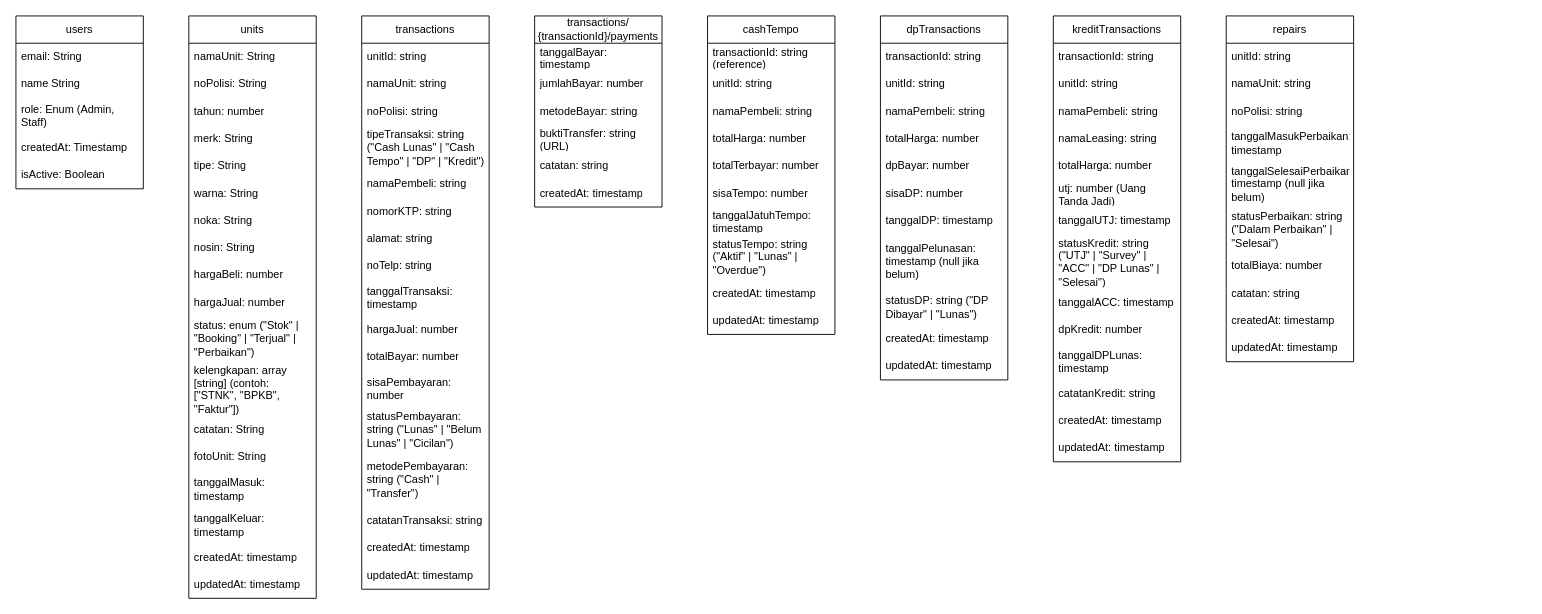
Earlier version of the draw.io diagram bintangmobilsidoarjo.drawio (Wahdaapf/All-About-DrawIo). Source tidied: cells renumbered, new cells numbered last; positions are measured from the earlier drawing's top-left corner, leaving out a move shared by most shapes. Both pictures are drawn from the tidied source at 91%, with x=0, y=0 at pixel (15, 15).
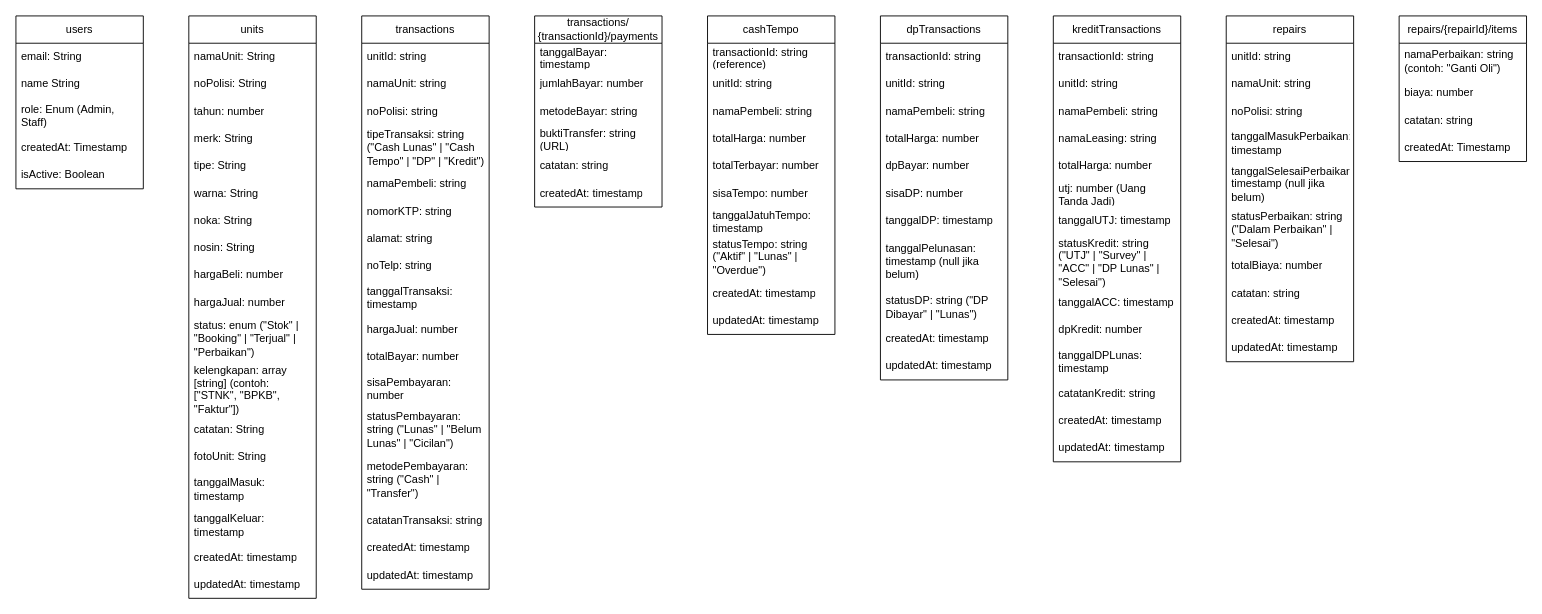
The same page after the edit.

The edit, as a diff of the source:
```diff
@@
+    <mxCell id="101" value="repairs/{repairId}/items" style="swimlane;fontStyle=0;horizontal=1;startSize=30;whiteSpace=wrap;html=1;" parent="1" vertex="1">
+      <mxGeometry x="1520" width="140" height="160" as="geometry" />
+    </mxCell>
+    <mxCell id="102" value="namaPerbaikan: string (contoh: &quot;Ganti Oli&quot;)" style="text;strokeColor=none;fillColor=none;align=left;verticalAlign=middle;spacingLeft=4;spacingRight=4;overflow=hidden;whiteSpace=wrap;html=1;" parent="101" vertex="1">
+      <mxGeometry y="30" width="140" height="40" as="geometry" />
+    </mxCell>
+    <mxCell id="103" value="biaya: number" style="text;strokeColor=none;fillColor=none;align=left;verticalAlign=middle;spacingLeft=4;spacingRight=4;overflow=hidden;whiteSpace=wrap;html=1;" parent="101" vertex="1">
+      <mxGeometry y="70" width="140" height="30" as="geometry" />
+    </mxCell>
+    <mxCell id="104" value="catatan: string" style="text;strokeColor=none;fillColor=none;align=left;verticalAlign=middle;spacingLeft=4;spacingRight=4;overflow=hidden;whiteSpace=wrap;html=1;" parent="101" vertex="1">
+      <mxGeometry y="100" width="140" height="30" as="geometry" />
+    </mxCell>
+    <mxCell id="105" value="createdAt: Timestamp" style="text;strokeColor=none;fillColor=none;align=left;verticalAlign=middle;spacingLeft=4;spacingRight=4;overflow=hidden;whiteSpace=wrap;html=1;" parent="101" vertex="1">
+      <mxGeometry y="130" width="140" height="30" as="geometry" />
+    </mxCell>
```
